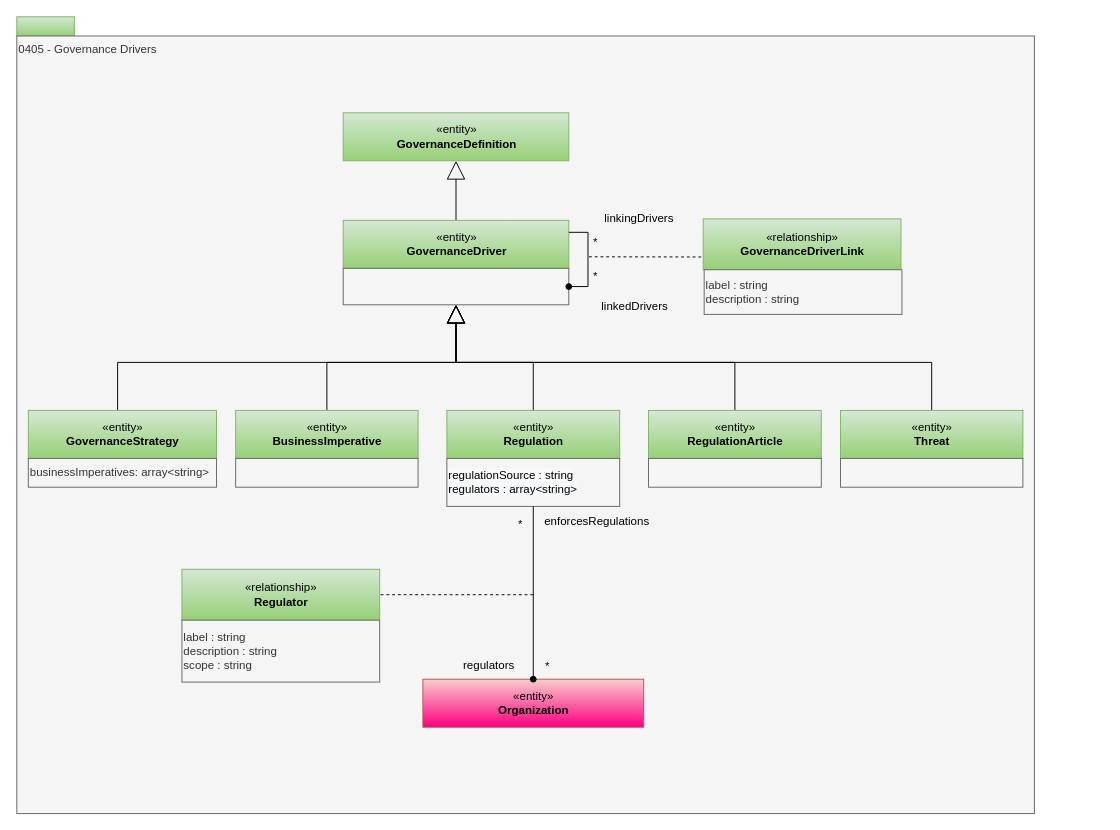
Above: page "0405-Governance-Drivers" (3 of 30) of site/docs/types/4/area-4-governance.drawio in odpi/egeria-docs (draw.io), before the change. Source tidied: cells renumbered, new cells numbered last; positions are measured from the earlier drawing's top-left corner, leaving out a move shared by most shapes. Both pictures are drawn from the tidied source at 96%, with x=0, y=0 at pixel (16, 16).
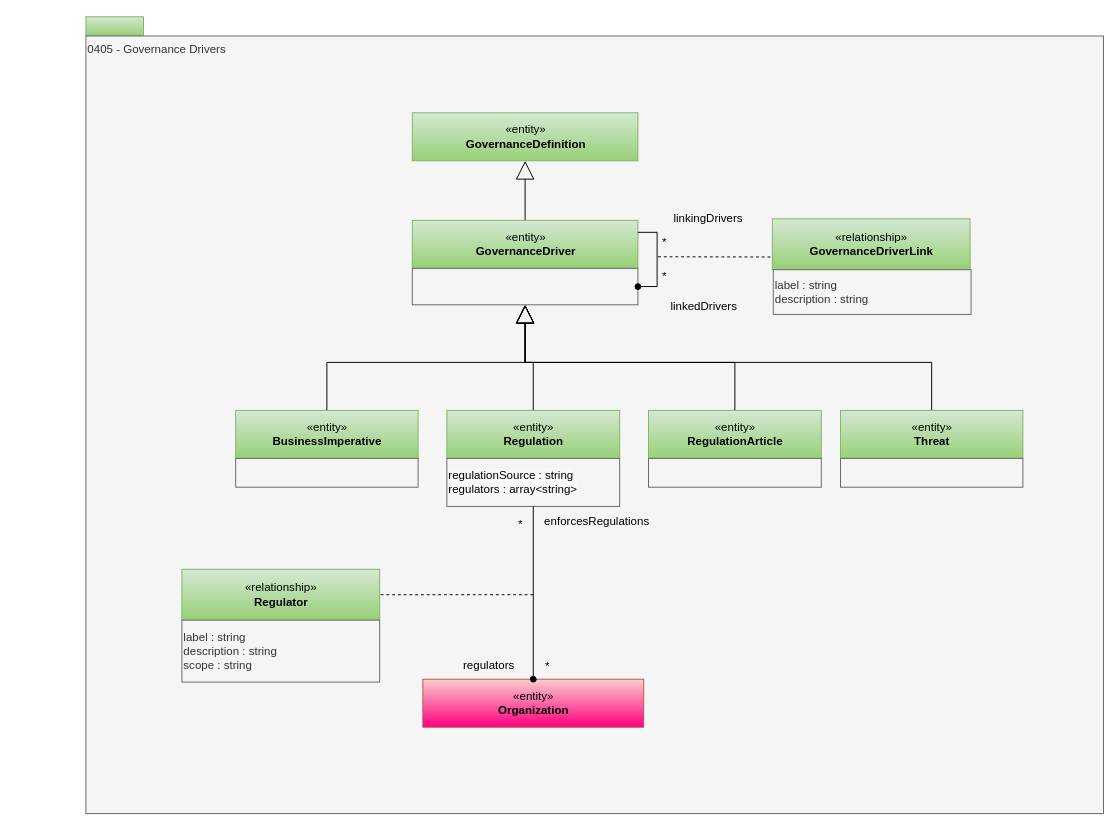
After the change.

Commit message (it also covers changes not shown here):
Deprecate GovernanceStrategy

Unchanged cells that the change refers to:
```xml
<mxCell id="29" value="«entity»&lt;br&gt;&lt;b&gt;Threat&lt;/b&gt;" style="html=1;strokeColor=#82b366;align=center;fillColor=#d5e8d4;gradientColor=#97d077;" parent="1" vertex="1">
  <mxGeometry x="858" y="410" width="190" height="50" as="geometry" />
</mxCell>
```

The edit, as a diff of the source:
```diff
@@
     <mxCell id="2" style="rounded=0;whiteSpace=wrap;html=1;align=left;fillColor=#d5e8d4;strokeColor=#82b366;gradientColor=#97d077;" parent="1" vertex="1">
-      <mxGeometry width="60" height="20" as="geometry" />
+      <mxGeometry x="72" width="60" height="20" as="geometry" />
     </mxCell>
     <mxCell id="3" value="0405 - Governance Drivers" style="rounded=0;whiteSpace=wrap;html=1;align=left;verticalAlign=top;fillColor=#f5f5f5;fontColor=#333333;strokeColor=#666666;" parent="1" vertex="1">
-      <mxGeometry y="20" width="1060" height="810" as="geometry" />
+      <mxGeometry x="72" y="20" width="1060" height="810" as="geometry" />
     </mxCell>
@@
     <mxCell id="5" value="«entity»&lt;br&gt;&lt;b&gt;GovernanceDriver&lt;/b&gt;" style="html=1;strokeColor=#82b366;align=center;fillColor=#d5e8d4;gradientColor=#97d077;" parent="1" vertex="1">
-      <mxGeometry x="340" y="212" width="235" height="50" as="geometry" />
+      <mxGeometry x="412" y="212" width="235" height="50" as="geometry" />
     </mxCell>
     <mxCell id="6" style="rounded=0;whiteSpace=wrap;html=1;strokeColor=#666666;align=left;fillColor=#f5f5f5;fontColor=#333333;" parent="1" vertex="1">
-      <mxGeometry x="340" y="262" width="235" height="38" as="geometry" />
+      <mxGeometry x="412" y="262" width="235" height="38" as="geometry" />
     </mxCell>
-    <mxCell id="7" style="edgeStyle=orthogonalEdgeStyle;rounded=0;jettySize=auto;html=1;endArrow=block;endFill=0;endSize=17;exitX=0.5;exitY=0;exitDx=0;exitDy=0;entryX=0.5;entryY=1;entryDx=0;entryDy=0;" parent="1" edge="1" source="8" target="6">
-      <mxGeometry relative="1" as="geometry">
-        <Array as="points">
-          <mxPoint x="110" y="420" />
-          <mxPoint x="105" y="420" />
-          <mxPoint x="105" y="360" />
-          <mxPoint x="458" y="360" />
-        </Array>
-      </mxGeometry>
-    </mxCell>
-    <mxCell id="8" value="«entity»&lt;br&gt;&lt;b&gt;GovernanceStrategy&lt;/b&gt;" style="html=1;strokeColor=#82b366;align=center;fillColor=#d5e8d4;gradientColor=#97d077;" parent="1" vertex="1">
-      <mxGeometry x="12" y="410" width="196" height="50" as="geometry" />
-    </mxCell>
-    <mxCell id="9" value="businessImperatives: array&amp;lt;string&amp;gt;" style="rounded=0;whiteSpace=wrap;html=1;strokeColor=#666666;align=left;fillColor=#f5f5f5;fontColor=#333333;" parent="1" vertex="1">
-      <mxGeometry x="12" y="460" width="196" height="30" as="geometry" />
-    </mxCell>
     <mxCell id="10" value="«entity»&lt;br&gt;&lt;b&gt;GovernanceDefinition&lt;/b&gt;" style="html=1;strokeColor=#82b366;align=center;fillColor=#d5e8d4;gradientColor=#97d077;" parent="1" vertex="1">
-      <mxGeometry x="340" y="100" width="235" height="50" as="geometry" />
+      <mxGeometry x="412" y="100" width="235" height="50" as="geometry" />
     </mxCell>
@@
     <mxCell id="14" value="*" style="text;html=1;strokeColor=none;fillColor=none;align=center;verticalAlign=middle;whiteSpace=wrap;rounded=0;" parent="1" vertex="1">
-      <mxGeometry x="590" y="262" width="26" height="18" as="geometry" />
+      <mxGeometry x="662" y="262" width="26" height="18" as="geometry" />
     </mxCell>
     <mxCell id="15" value="«relationship»&lt;br&gt;&lt;b&gt;GovernanceDriverLink&lt;/b&gt;" style="html=1;strokeColor=#82b366;align=center;fillColor=#d5e8d4;gradientColor=#97d077;" parent="1" vertex="1">
-      <mxGeometry x="715" y="210.5" width="206" height="53" as="geometry" />
+      <mxGeometry x="787" y="210.5" width="206" height="53" as="geometry" />
     </mxCell>
     <mxCell id="16" style="endArrow=none;dashed=1;html=1;entryX=0;entryY=0.75;entryDx=0;entryDy=0;" parent="1" edge="1">
       <mxGeometry relative="1" as="geometry">
-        <mxPoint x="596" y="250" as="sourcePoint" />
-        <mxPoint x="716" y="250.2" as="targetPoint" />
+        <mxPoint x="668" y="250" as="sourcePoint" />
+        <mxPoint x="788" y="250.2" as="targetPoint" />
       </mxGeometry>
     </mxCell>
     <mxCell id="17" value="label : string&lt;div&gt;description : string&lt;/div&gt;" style="rounded=0;whiteSpace=wrap;html=1;strokeColor=#666666;align=left;fillColor=#f5f5f5;fontColor=#333333;" parent="1" vertex="1">
-      <mxGeometry x="716" y="263.5" width="206" height="46.5" as="geometry" />
+      <mxGeometry x="788" y="263.5" width="206" height="46.5" as="geometry" />
     </mxCell>
     <mxCell id="18" value="*" style="text;html=1;strokeColor=none;fillColor=none;align=center;verticalAlign=middle;whiteSpace=wrap;rounded=0;" parent="1" vertex="1">
-      <mxGeometry x="590" y="226" width="26" height="18" as="geometry" />
+      <mxGeometry x="662" y="226" width="26" height="18" as="geometry" />
     </mxCell>
@@
     <mxCell id="22" value="linkedDrivers" style="text;html=1;strokeColor=none;fillColor=none;align=center;verticalAlign=middle;whiteSpace=wrap;rounded=0;" parent="1" vertex="1">
-      <mxGeometry x="581" y="292" width="126" height="20" as="geometry" />
+      <mxGeometry x="653" y="292" width="126" height="20" as="geometry" />
     </mxCell>
     <mxCell id="23" value="linkingDrivers" style="text;html=1;strokeColor=none;fillColor=none;align=center;verticalAlign=middle;whiteSpace=wrap;rounded=0;" parent="1" vertex="1">
-      <mxGeometry x="581" y="200" width="135" height="20" as="geometry" />
+      <mxGeometry x="653" y="200" width="135" height="20" as="geometry" />
     </mxCell>
@@
     <mxCell id="28" style="edgeStyle=orthogonalEdgeStyle;rounded=0;jettySize=auto;html=1;entryX=0.5;entryY=1;entryDx=0;entryDy=0;endArrow=block;endFill=0;endSize=17;exitX=0.5;exitY=0;exitDx=0;exitDy=0;" parent="1" edge="1" source="29" target="6">
       <mxGeometry relative="1" as="geometry">
         <Array as="points">
           <mxPoint x="953" y="360" />
-          <mxPoint x="458" y="360" />
+          <mxPoint x="530" y="360" />
         </Array>
       </mxGeometry>
     </mxCell>
```
